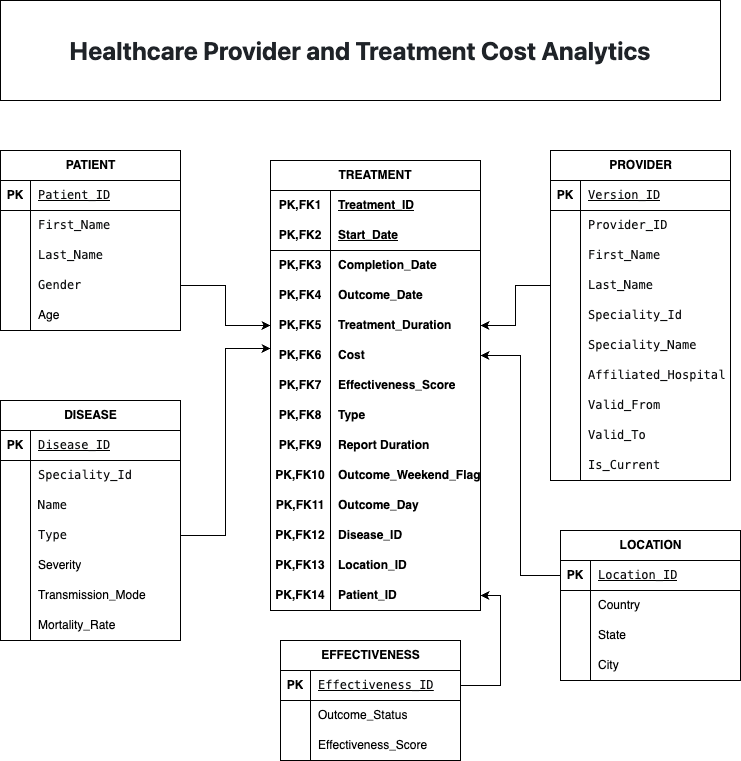
Before: schema/Schema_Design.png, a diagram exported from draw.io (avinash8898/Healtcare_Provider_And_Cost_Tracking_ETL). Source tidied: cells renumbered, new cells last; positions are measured from the earlier drawing's top-left corner, leaving out a move shared by most shapes.
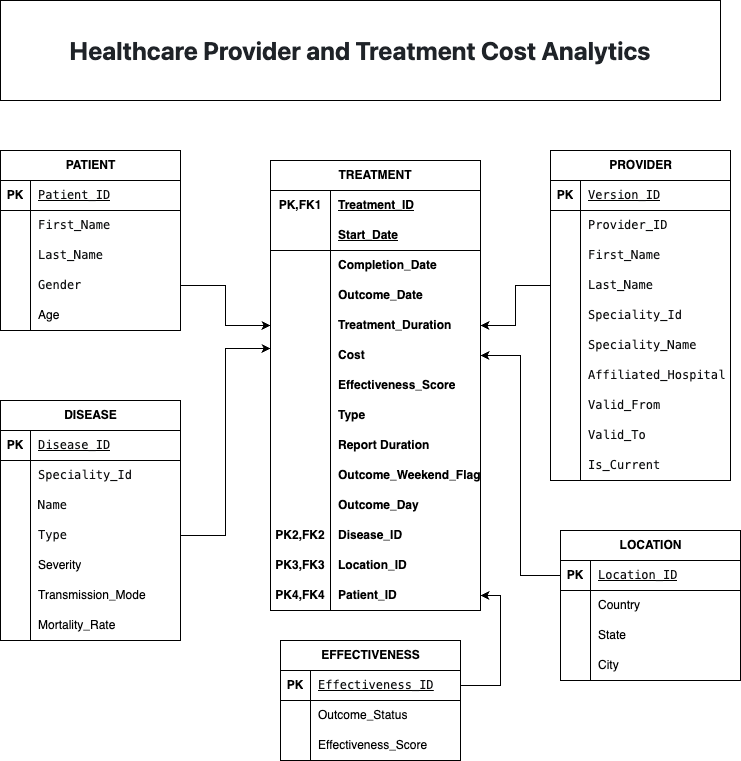
Later version of the same file.

Change to the diagram source:
```diff
@@ -17,7 +17,7 @@
     <mxCell id="6" style="shape=tableRow;horizontal=0;startSize=0;swimlaneHead=0;swimlaneBody=0;fillColor=none;top=0;left=0;right=0;bottom=1;html=1;" parent="2" vertex="1">
       <mxGeometry y="60" width="210" height="30" as="geometry" />
     </mxCell>
-    <mxCell id="7" value="PK,FK2" style="shape=partialRectangle;fillColor=none;top=0;left=0;bottom=0;right=0;fontStyle=1;overflow=hidden;html=1;whiteSpace=wrap;" parent="6" vertex="1">
+    <mxCell id="7" style="shape=partialRectangle;fillColor=none;top=0;left=0;bottom=0;right=0;fontStyle=1;overflow=hidden;html=1;whiteSpace=wrap;" parent="6" vertex="1">
       <mxGeometry width="60" height="30" as="geometry" />
     </mxCell>
     <mxCell id="8" value="Start_Date" style="shape=partialRectangle;fillColor=none;top=0;left=0;bottom=0;right=0;align=left;spacingLeft=6;fontStyle=5;overflow=hidden;html=1;whiteSpace=wrap;" parent="6" vertex="1">
@@ -26,7 +26,7 @@
     <mxCell id="9" style="shape=tableRow;horizontal=0;startSize=0;swimlaneHead=0;swimlaneBody=0;fillColor=none;top=0;left=0;right=0;bottom=0;html=1;" parent="2" vertex="1">
       <mxGeometry y="90" width="210" height="30" as="geometry" />
     </mxCell>
-    <mxCell id="10" value="&lt;span style=&quot;font-weight: 700;&quot;&gt;PK,FK3&lt;/span&gt;" style="shape=partialRectangle;fillColor=none;top=0;left=0;bottom=0;right=0;overflow=hidden;html=1;whiteSpace=wrap;" parent="9" vertex="1">
+    <mxCell id="10" style="shape=partialRectangle;fillColor=none;top=0;left=0;bottom=0;right=0;overflow=hidden;html=1;whiteSpace=wrap;" parent="9" vertex="1">
       <mxGeometry width="60" height="30" as="geometry" />
     </mxCell>
     <mxCell id="11" value="&lt;b&gt;Completion_Date&lt;/b&gt;" style="shape=partialRectangle;fillColor=none;top=0;left=0;bottom=0;right=0;align=left;spacingLeft=6;overflow=hidden;html=1;whiteSpace=wrap;" parent="9" vertex="1">
@@ -35,7 +35,7 @@
     <mxCell id="12" style="shape=tableRow;horizontal=0;startSize=0;swimlaneHead=0;swimlaneBody=0;fillColor=none;top=0;left=0;right=0;bottom=0;html=1;" parent="2" vertex="1">
       <mxGeometry y="120" width="210" height="30" as="geometry" />
     </mxCell>
-    <mxCell id="13" value="&lt;span style=&quot;font-weight: 700;&quot;&gt;PK,FK4&lt;/span&gt;" style="shape=partialRectangle;fillColor=none;top=0;left=0;bottom=0;right=0;overflow=hidden;html=1;whiteSpace=wrap;" parent="12" vertex="1">
+    <mxCell id="13" style="shape=partialRectangle;fillColor=none;top=0;left=0;bottom=0;right=0;overflow=hidden;html=1;whiteSpace=wrap;" parent="12" vertex="1">
       <mxGeometry width="60" height="30" as="geometry" />
     </mxCell>
     <mxCell id="14" value="&lt;b&gt;Outcome_Date&lt;/b&gt;" style="shape=partialRectangle;fillColor=none;top=0;left=0;bottom=0;right=0;align=left;spacingLeft=6;overflow=hidden;html=1;whiteSpace=wrap;" parent="12" vertex="1">
@@ -44,7 +44,7 @@
     <mxCell id="15" style="shape=tableRow;horizontal=0;startSize=0;swimlaneHead=0;swimlaneBody=0;fillColor=none;points=[[0,0.5],[1,0.5]];portConstraint=eastwest;top=0;left=0;right=0;bottom=0;html=1;" parent="2" vertex="1">
       <mxGeometry y="150" width="210" height="30" as="geometry" />
     </mxCell>
-    <mxCell id="16" value="&lt;span style=&quot;font-weight: 700;&quot;&gt;PK,FK5&lt;/span&gt;" style="shape=partialRectangle;fillColor=none;top=0;left=0;bottom=0;right=0;overflow=hidden;html=1;whiteSpace=wrap;" parent="15" vertex="1">
+    <mxCell id="16" style="shape=partialRectangle;fillColor=none;top=0;left=0;bottom=0;right=0;overflow=hidden;html=1;whiteSpace=wrap;" parent="15" vertex="1">
       <mxGeometry width="60" height="30" as="geometry" />
     </mxCell>
     <mxCell id="17" value="&lt;b&gt;Treatment_Duration&lt;/b&gt;" style="shape=partialRectangle;fillColor=none;top=0;left=0;bottom=0;right=0;align=left;spacingLeft=6;overflow=hidden;html=1;whiteSpace=wrap;" parent="15" vertex="1">
@@ -53,7 +53,7 @@
     <mxCell id="18" style="shape=tableRow;horizontal=0;startSize=0;swimlaneHead=0;swimlaneBody=0;fillColor=none;points=[[0,0.5],[1,0.5]];portConstraint=eastwest;top=0;left=0;right=0;bottom=0;html=1;" parent="2" vertex="1">
       <mxGeometry y="180" width="210" height="30" as="geometry" />
     </mxCell>
-    <mxCell id="19" value="&lt;span style=&quot;font-weight: 700;&quot;&gt;PK,FK6&lt;/span&gt;" style="shape=partialRectangle;fillColor=none;top=0;left=0;bottom=0;right=0;overflow=hidden;html=1;whiteSpace=wrap;" parent="18" vertex="1">
+    <mxCell id="19" style="shape=partialRectangle;fillColor=none;top=0;left=0;bottom=0;right=0;overflow=hidden;html=1;whiteSpace=wrap;" parent="18" vertex="1">
       <mxGeometry width="60" height="30" as="geometry" />
     </mxCell>
     <mxCell id="20" value="&lt;b&gt;Cost&lt;/b&gt;" style="shape=partialRectangle;fillColor=none;top=0;left=0;bottom=0;right=0;align=left;spacingLeft=6;overflow=hidden;html=1;whiteSpace=wrap;" parent="18" vertex="1">
@@ -62,7 +62,7 @@
     <mxCell id="21" style="shape=tableRow;horizontal=0;startSize=0;swimlaneHead=0;swimlaneBody=0;fillColor=none;top=0;left=0;right=0;bottom=0;html=1;" parent="2" vertex="1">
       <mxGeometry y="210" width="210" height="30" as="geometry" />
     </mxCell>
-    <mxCell id="22" value="&lt;span style=&quot;font-weight: 700;&quot;&gt;PK,FK7&lt;/span&gt;" style="shape=partialRectangle;fillColor=none;top=0;left=0;bottom=0;right=0;overflow=hidden;html=1;whiteSpace=wrap;" parent="21" vertex="1">
+    <mxCell id="22" style="shape=partialRectangle;fillColor=none;top=0;left=0;bottom=0;right=0;overflow=hidden;html=1;whiteSpace=wrap;" parent="21" vertex="1">
       <mxGeometry width="60" height="30" as="geometry" />
     </mxCell>
     <mxCell id="23" value="&lt;b&gt;Effectiveness_Score&lt;/b&gt;" style="shape=partialRectangle;fillColor=none;top=0;left=0;bottom=0;right=0;align=left;spacingLeft=6;overflow=hidden;html=1;whiteSpace=wrap;" parent="21" vertex="1">
@@ -71,7 +71,7 @@
     <mxCell id="24" style="shape=tableRow;horizontal=0;startSize=0;swimlaneHead=0;swimlaneBody=0;fillColor=none;top=0;left=0;right=0;bottom=0;html=1;" parent="2" vertex="1">
       <mxGeometry y="240" width="210" height="30" as="geometry" />
     </mxCell>
-    <mxCell id="25" value="&lt;span style=&quot;font-weight: 700;&quot;&gt;PK,FK8&lt;/span&gt;" style="shape=partialRectangle;fillColor=none;top=0;left=0;bottom=0;right=0;overflow=hidden;html=1;whiteSpace=wrap;" parent="24" vertex="1">
+    <mxCell id="25" style="shape=partialRectangle;fillColor=none;top=0;left=0;bottom=0;right=0;overflow=hidden;html=1;whiteSpace=wrap;" parent="24" vertex="1">
       <mxGeometry width="60" height="30" as="geometry" />
     </mxCell>
     <mxCell id="26" value="&lt;b&gt;Type&lt;/b&gt;" style="shape=partialRectangle;fillColor=none;top=0;left=0;bottom=0;right=0;align=left;spacingLeft=6;overflow=hidden;html=1;whiteSpace=wrap;" parent="24" vertex="1">
@@ -80,7 +80,7 @@
     <mxCell id="27" style="shape=tableRow;horizontal=0;startSize=0;swimlaneHead=0;swimlaneBody=0;fillColor=none;top=0;left=0;right=0;bottom=0;html=1;" parent="2" vertex="1">
       <mxGeometry y="270" width="210" height="30" as="geometry" />
     </mxCell>
-    <mxCell id="28" value="&lt;span style=&quot;font-weight: 700;&quot;&gt;PK,FK9&lt;/span&gt;" style="shape=partialRectangle;fillColor=none;top=0;left=0;bottom=0;right=0;overflow=hidden;html=1;whiteSpace=wrap;" parent="27" vertex="1">
+    <mxCell id="28" style="shape=partialRectangle;fillColor=none;top=0;left=0;bottom=0;right=0;overflow=hidden;html=1;whiteSpace=wrap;" parent="27" vertex="1">
       <mxGeometry width="60" height="30" as="geometry" />
     </mxCell>
     <mxCell id="29" value="&lt;b&gt;Report Duration&lt;/b&gt;" style="shape=partialRectangle;fillColor=none;top=0;left=0;bottom=0;right=0;align=left;spacingLeft=6;overflow=hidden;html=1;whiteSpace=wrap;" parent="27" vertex="1">
@@ -89,7 +89,7 @@
     <mxCell id="30" style="shape=tableRow;horizontal=0;startSize=0;swimlaneHead=0;swimlaneBody=0;fillColor=none;top=0;left=0;right=0;bottom=0;html=1;" parent="2" vertex="1">
       <mxGeometry y="300" width="210" height="30" as="geometry" />
     </mxCell>
-    <mxCell id="31" value="&lt;span style=&quot;font-weight: 700;&quot;&gt;PK,FK10&lt;/span&gt;" style="shape=partialRectangle;fillColor=none;top=0;left=0;bottom=0;right=0;overflow=hidden;html=1;whiteSpace=wrap;" parent="30" vertex="1">
+    <mxCell id="31" style="shape=partialRectangle;fillColor=none;top=0;left=0;bottom=0;right=0;overflow=hidden;html=1;whiteSpace=wrap;" parent="30" vertex="1">
       <mxGeometry width="60" height="30" as="geometry" />
     </mxCell>
     <mxCell id="32" value="&lt;b&gt;Outcome_Weekend_Flag&lt;/b&gt;" style="shape=partialRectangle;fillColor=none;top=0;left=0;bottom=0;right=0;align=left;spacingLeft=6;overflow=hidden;html=1;whiteSpace=wrap;" parent="30" vertex="1">
@@ -98,7 +98,7 @@
     <mxCell id="33" style="shape=tableRow;horizontal=0;startSize=0;swimlaneHead=0;swimlaneBody=0;fillColor=none;top=0;left=0;right=0;bottom=0;html=1;" parent="2" vertex="1">
       <mxGeometry y="330" width="210" height="30" as="geometry" />
     </mxCell>
-    <mxCell id="34" value="&lt;span style=&quot;font-weight: 700;&quot;&gt;PK,FK11&lt;/span&gt;" style="shape=partialRectangle;fillColor=none;top=0;left=0;bottom=0;right=0;overflow=hidden;html=1;whiteSpace=wrap;" parent="33" vertex="1">
+    <mxCell id="34" style="shape=partialRectangle;fillColor=none;top=0;left=0;bottom=0;right=0;overflow=hidden;html=1;whiteSpace=wrap;" parent="33" vertex="1">
       <mxGeometry width="60" height="30" as="geometry" />
     </mxCell>
     <mxCell id="35" value="&lt;b&gt;Outcome_Day&lt;/b&gt;" style="shape=partialRectangle;fillColor=none;top=0;left=0;bottom=0;right=0;align=left;spacingLeft=6;overflow=hidden;html=1;whiteSpace=wrap;" parent="33" vertex="1">
@@ -107,7 +107,7 @@
     <mxCell id="36" style="shape=tableRow;horizontal=0;startSize=0;swimlaneHead=0;swimlaneBody=0;fillColor=none;top=0;left=0;right=0;bottom=0;html=1;" parent="2" vertex="1">
       <mxGeometry y="360" width="210" height="30" as="geometry" />
     </mxCell>
-    <mxCell id="37" value="&lt;span style=&quot;font-weight: 700;&quot;&gt;PK,FK12&lt;/span&gt;" style="shape=partialRectangle;fillColor=none;top=0;left=0;bottom=0;right=0;overflow=hidden;html=1;whiteSpace=wrap;" parent="36" vertex="1">
+    <mxCell id="37" value="&lt;span style=&quot;font-weight: 700;&quot;&gt;PK2,FK2&lt;/span&gt;" style="shape=partialRectangle;fillColor=none;top=0;left=0;bottom=0;right=0;overflow=hidden;html=1;whiteSpace=wrap;" parent="36" vertex="1">
       <mxGeometry width="60" height="30" as="geometry" />
     </mxCell>
     <mxCell id="38" value="&lt;b&gt;Disease_ID&lt;/b&gt;" style="shape=partialRectangle;fillColor=none;top=0;left=0;bottom=0;right=0;align=left;spacingLeft=6;overflow=hidden;html=1;whiteSpace=wrap;" parent="36" vertex="1">
@@ -116,7 +116,7 @@
     <mxCell id="39" style="shape=tableRow;horizontal=0;startSize=0;swimlaneHead=0;swimlaneBody=0;fillColor=none;top=0;left=0;right=0;bottom=0;html=1;" parent="2" vertex="1">
       <mxGeometry y="390" width="210" height="30" as="geometry" />
     </mxCell>
-    <mxCell id="40" value="&lt;span style=&quot;font-weight: 700;&quot;&gt;PK,FK13&lt;/span&gt;" style="shape=partialRectangle;fillColor=none;top=0;left=0;bottom=0;right=0;overflow=hidden;html=1;whiteSpace=wrap;" parent="39" vertex="1">
+    <mxCell id="40" value="&lt;span style=&quot;font-weight: 700;&quot;&gt;PK3,FK3&lt;/span&gt;" style="shape=partialRectangle;fillColor=none;top=0;left=0;bottom=0;right=0;overflow=hidden;html=1;whiteSpace=wrap;" parent="39" vertex="1">
       <mxGeometry width="60" height="30" as="geometry" />
     </mxCell>
     <mxCell id="41" value="&lt;b&gt;Location_ID&lt;/b&gt;" style="shape=partialRectangle;fillColor=none;top=0;left=0;bottom=0;right=0;align=left;spacingLeft=6;overflow=hidden;html=1;whiteSpace=wrap;" parent="39" vertex="1">
@@ -125,7 +125,7 @@
     <mxCell id="42" style="shape=tableRow;horizontal=0;startSize=0;swimlaneHead=0;swimlaneBody=0;fillColor=none;points=[[0,0.5],[1,0.5]];portConstraint=eastwest;top=0;left=0;right=0;bottom=0;html=1;" parent="2" vertex="1">
       <mxGeometry y="420" width="210" height="30" as="geometry" />
     </mxCell>
-    <mxCell id="43" value="&lt;span style=&quot;font-weight: 700;&quot;&gt;PK,FK14&lt;/span&gt;" style="shape=partialRectangle;fillColor=none;top=0;left=0;bottom=0;right=0;overflow=hidden;html=1;whiteSpace=wrap;" parent="42" vertex="1">
+    <mxCell id="43" value="&lt;span style=&quot;font-weight: 700;&quot;&gt;PK4,FK4&lt;/span&gt;" style="shape=partialRectangle;fillColor=none;top=0;left=0;bottom=0;right=0;overflow=hidden;html=1;whiteSpace=wrap;" parent="42" vertex="1">
       <mxGeometry width="60" height="30" as="geometry" />
     </mxCell>
     <mxCell id="44" value="&lt;b&gt;Patient_ID&lt;/b&gt;" style="shape=partialRectangle;fillColor=none;top=0;left=0;bottom=0;right=0;align=left;spacingLeft=6;overflow=hidden;html=1;whiteSpace=wrap;" parent="42" vertex="1">
```
